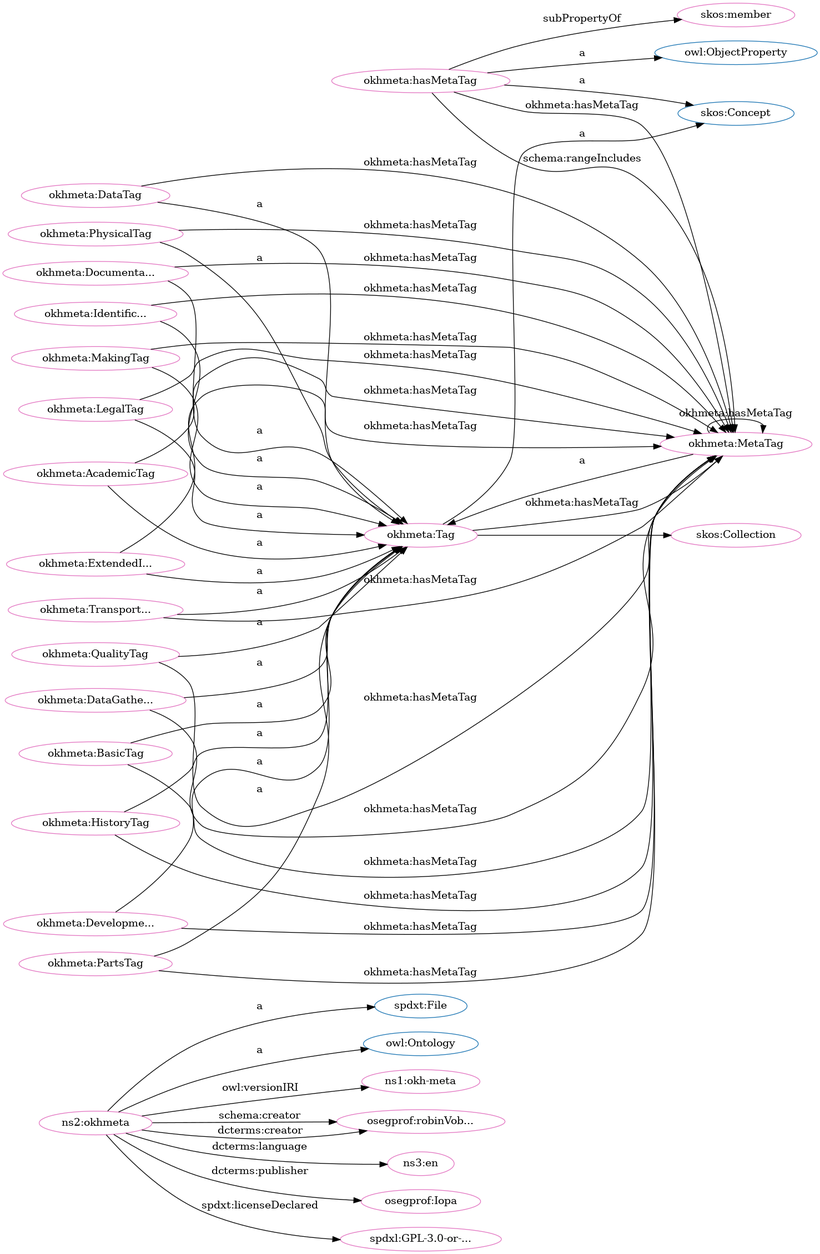
Before: src/spec/dot_okh-meta.png, a diagram exported from Graphviz (iop-alliance/OpenKnowHow). Its source is kept beside it as src/spec/dot_okh-meta.dot.
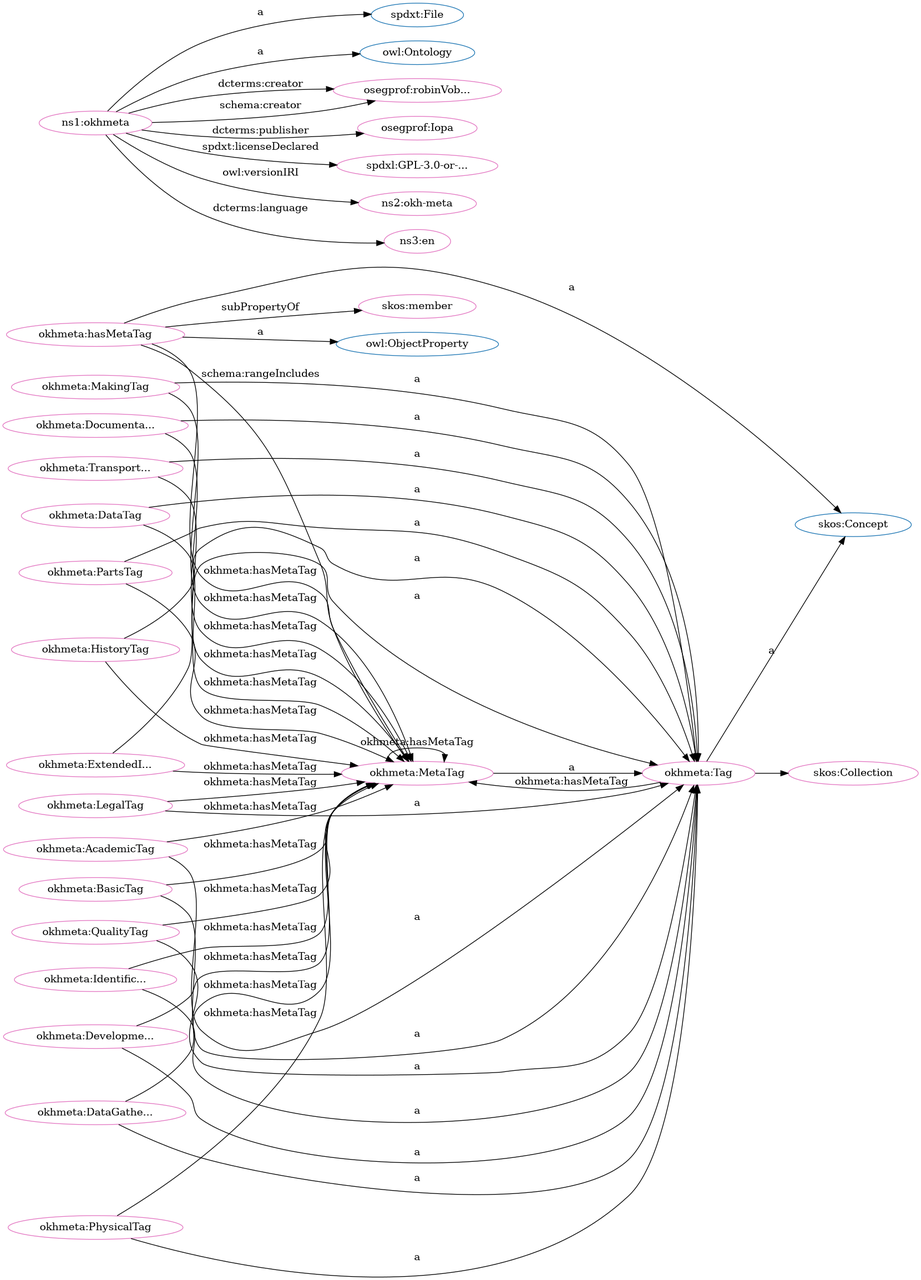
The same file after the commit.

Change to the diagram source:
```diff
@@ -1,85 +1,85 @@
 digraph G {
   rankdir=BT
   node[height=.3]
+"http://www.w3.org/2002/07/owl#ObjectProperty" [fillcolor="#1f77b4" color="#1f77b4" label="owl:ObjectProperty"]
 "http://spdx.org/rdf/terms#File" [fillcolor="#1f77b4" color="#1f77b4" label="spdxt:File"]
+"http://www.w3.org/2002/07/owl#Ontology" [fillcolor="#1f77b4" color="#1f77b4" label="owl:Ontology"]
+"https://w3id.org/oseg/ont/okhmeta#MetaTag" [fillcolor="#1f77b4" color="#1f77b4" label="okhmeta:MetaTag"]
+"http://www.w3.org/2004/02/skos/core#Collection" [fillcolor="#1f77b4" color="#1f77b4" label="skos:Collection"]
 "https://w3id.org/oseg/ont/okhmeta#Tag" [fillcolor="#1f77b4" color="#1f77b4" label="okhmeta:Tag"]
-"http://www.w3.org/2004/02/skos/core#Collection" [fillcolor="#1f77b4" color="#1f77b4" label="skos:Collection"]
 "http://www.w3.org/2004/02/skos/core#Concept" [fillcolor="#1f77b4" color="#1f77b4" label="skos:Concept"]
-"https://w3id.org/oseg/ont/okhmeta#MetaTag" [fillcolor="#1f77b4" color="#1f77b4" label="okhmeta:MetaTag"]
-"http://www.w3.org/2002/07/owl#ObjectProperty" [fillcolor="#1f77b4" color="#1f77b4" label="owl:ObjectProperty"]
-"http://www.w3.org/2002/07/owl#Ontology" [fillcolor="#1f77b4" color="#1f77b4" label="owl:Ontology"]
-"https://w3id.org/oseg/ont/okhmeta#MakingTag" [fillcolor="#e377c2" color="#e377c2" label="okhmeta:MakingTag"]
-"https://w3id.org/oseg/ont/okhmeta#HistoryTag" [fillcolor="#e377c2" color="#e377c2" label="okhmeta:HistoryTag"]
-"https://w3id.org/oseg/ont/okhmeta#DataTag" [fillcolor="#e377c2" color="#e377c2" label="okhmeta:DataTag"]
+"https://w3id.org/oseg/ont/okhmeta#LegalTag" [fillcolor="#e377c2" color="#e377c2" label="okhmeta:LegalTag"]
+"https://w3id.org/oseg/ont/oseg-profiles#robinVobruba" [fillcolor="#e377c2" color="#e377c2" label="osegprof:robinVob..."]
+"https://w3id.org/oseg/ont/okhmeta#MetaTag" [fillcolor="#e377c2" color="#e377c2" label="okhmeta:MetaTag"]
+"https://w3id.org/oseg/ont/okhmeta#hasMetaTag" [fillcolor="#e377c2" color="#e377c2" label="okhmeta:hasMetaTag"]
+"https://w3id.org/oseg/ont/okhmeta" [fillcolor="#e377c2" color="#e377c2" label="ns1:okhmeta"]
+"https://w3id.org/oseg/ont/okhmeta#PhysicalTag" [fillcolor="#e377c2" color="#e377c2" label="okhmeta:PhysicalTag"]
+"https://w3id.org/oseg/ont/okhmeta#PartsTag" [fillcolor="#e377c2" color="#e377c2" label="okhmeta:PartsTag"]
 "https://w3id.org/oseg/ont/okhmeta#QualityTag" [fillcolor="#e377c2" color="#e377c2" label="okhmeta:QualityTag"]
-"https://w3id.org/oseg/ont/okhmeta#MetaTag" [fillcolor="#e377c2" color="#e377c2" label="okhmeta:MetaTag"]
-"https://w3id.org/oseg/ont/1.1.0/okh-meta" [fillcolor="#e377c2" color="#e377c2" label="ns1:okh-meta"]
-"https://w3id.org/oseg/ont/oseg-profiles#robinVobruba" [fillcolor="#e377c2" color="#e377c2" label="osegprof:robinVob..."]
-"https://w3id.org/oseg/ont/okhmeta#BasicTag" [fillcolor="#e377c2" color="#e377c2" label="okhmeta:BasicTag"]
-"https://w3id.org/oseg/ont/okhmeta#PhysicalTag" [fillcolor="#e377c2" color="#e377c2" label="okhmeta:PhysicalTag"]
 "http://www.w3.org/2004/02/skos/core#Collection" [fillcolor="#e377c2" color="#e377c2" label="skos:Collection"]
 "https://w3id.org/oseg/ont/okhmeta#DocumentationTag" [fillcolor="#e377c2" color="#e377c2" label="okhmeta:Documenta..."]
+"http://www.w3.org/2004/02/skos/core#member" [fillcolor="#e377c2" color="#e377c2" label="skos:member"]
+"https://w3id.org/oseg/ont/oseg-profiles#Iopa" [fillcolor="#e377c2" color="#e377c2" label="osegprof:Iopa"]
+"https://w3id.org/oseg/ont/okhmeta#DataTag" [fillcolor="#e377c2" color="#e377c2" label="okhmeta:DataTag"]
+"https://w3id.org/oseg/ont/okhmeta#Tag" [fillcolor="#e377c2" color="#e377c2" label="okhmeta:Tag"]
+"https://spdx.org/licenses/GPL-3.0-or-later" [fillcolor="#e377c2" color="#e377c2" label="spdxl:GPL-3.0-or-..."]
+"https://w3id.org/oseg/ont/okhmeta#ExtendedInfoTag" [fillcolor="#e377c2" color="#e377c2" label="okhmeta:ExtendedI..."]
 "https://w3id.org/oseg/ont/okhmeta#TransportationTag" [fillcolor="#e377c2" color="#e377c2" label="okhmeta:Transport..."]
-"https://w3id.org/oseg/ont/okhmeta#PartsTag" [fillcolor="#e377c2" color="#e377c2" label="okhmeta:PartsTag"]
+"https://w3id.org/oseg/ont/okhmeta#DataGatheringTag" [fillcolor="#e377c2" color="#e377c2" label="okhmeta:DataGathe..."]
 "https://w3id.org/oseg/ont/okhmeta#AcademicTag" [fillcolor="#e377c2" color="#e377c2" label="okhmeta:AcademicTag"]
+"https://w3id.org/oseg/ont/1.1.0/okh-meta" [fillcolor="#e377c2" color="#e377c2" label="ns2:okh-meta"]
+"https://w3id.org/oseg/ont/okhmeta#MakingTag" [fillcolor="#e377c2" color="#e377c2" label="okhmeta:MakingTag"]
+"http://id.loc.gov/vocabulary/iso639-1/en" [fillcolor="#e377c2" color="#e377c2" label="ns3:en"]
+"https://w3id.org/oseg/ont/okhmeta#BasicTag" [fillcolor="#e377c2" color="#e377c2" label="okhmeta:BasicTag"]
+"https://w3id.org/oseg/ont/okhmeta#IdentificationTag" [fillcolor="#e377c2" color="#e377c2" label="okhmeta:Identific..."]
 "https://w3id.org/oseg/ont/okhmeta#DevelopmentTag" [fillcolor="#e377c2" color="#e377c2" label="okhmeta:Developme..."]
-"https://w3id.org/oseg/ont/okhmeta#ExtendedInfoTag" [fillcolor="#e377c2" color="#e377c2" label="okhmeta:ExtendedI..."]
-"https://w3id.org/oseg/ont/okhmeta#hasMetaTag" [fillcolor="#e377c2" color="#e377c2" label="okhmeta:hasMetaTag"]
-"https://w3id.org/oseg/ont/okhmeta" [fillcolor="#e377c2" color="#e377c2" label="ns2:okhmeta"]
-"http://www.w3.org/2004/02/skos/core#member" [fillcolor="#e377c2" color="#e377c2" label="skos:member"]
-"https://w3id.org/oseg/ont/okhmeta#DataGatheringTag" [fillcolor="#e377c2" color="#e377c2" label="okhmeta:DataGathe..."]
-"http://id.loc.gov/vocabulary/iso639-1/en" [fillcolor="#e377c2" color="#e377c2" label="ns3:en"]
-"https://w3id.org/oseg/ont/okhmeta#LegalTag" [fillcolor="#e377c2" color="#e377c2" label="okhmeta:LegalTag"]
-"https://w3id.org/oseg/ont/okhmeta#Tag" [fillcolor="#e377c2" color="#e377c2" label="okhmeta:Tag"]
-"https://w3id.org/oseg/ont/oseg-profiles#Iopa" [fillcolor="#e377c2" color="#e377c2" label="osegprof:Iopa"]
-"https://spdx.org/licenses/GPL-3.0-or-later" [fillcolor="#e377c2" color="#e377c2" label="spdxl:GPL-3.0-or-..."]
-"https://w3id.org/oseg/ont/okhmeta#IdentificationTag" [fillcolor="#e377c2" color="#e377c2" label="okhmeta:Identific..."]
-  "https://w3id.org/oseg/ont/okhmeta#MakingTag" -> "https://w3id.org/oseg/ont/okhmeta#Tag" [label="a"]
-  "https://w3id.org/oseg/ont/okhmeta#DataTag" -> "https://w3id.org/oseg/ont/okhmeta#Tag" [label="a"]
+"https://w3id.org/oseg/ont/okhmeta#HistoryTag" [fillcolor="#e377c2" color="#e377c2" label="okhmeta:HistoryTag"]
+  "https://w3id.org/oseg/ont/okhmeta#LegalTag" -> "https://w3id.org/oseg/ont/okhmeta#Tag" [label="a"]
+  "https://w3id.org/oseg/ont/okhmeta" -> "https://w3id.org/oseg/ont/oseg-profiles#robinVobruba" [label="dcterms:creator"]
+  "https://w3id.org/oseg/ont/okhmeta" -> "https://w3id.org/oseg/ont/oseg-profiles#robinVobruba" [label="schema:creator"]
+  "https://w3id.org/oseg/ont/okhmeta#hasMetaTag" -> "http://www.w3.org/2004/02/skos/core#Concept" [label="a"]
+  "https://w3id.org/oseg/ont/okhmeta#IdentificationTag" -> "https://w3id.org/oseg/ont/okhmeta#MetaTag" [label="okhmeta:hasMetaTag"]
   "https://w3id.org/oseg/ont/okhmeta#QualityTag" -> "https://w3id.org/oseg/ont/okhmeta#Tag" [label="a"]
-  "https://w3id.org/oseg/ont/okhmeta#BasicTag" -> "https://w3id.org/oseg/ont/okhmeta#Tag" [label="a"]
+  "https://w3id.org/oseg/ont/okhmeta#MetaTag" -> "https://w3id.org/oseg/ont/okhmeta#Tag" [label="a"]
+  "https://w3id.org/oseg/ont/okhmeta#Tag" -> "http://www.w3.org/2004/02/skos/core#Collection" [label=""]
+  "https://w3id.org/oseg/ont/okhmeta#hasMetaTag" -> "http://www.w3.org/2004/02/skos/core#member" [label="subPropertyOf"]
+  "https://w3id.org/oseg/ont/okhmeta" -> "http://www.w3.org/2002/07/owl#Ontology" [label="a"]
+  "https://w3id.org/oseg/ont/okhmeta#hasMetaTag" -> "https://w3id.org/oseg/ont/okhmeta#MetaTag" [label="schema:rangeIncludes"]
+  "https://w3id.org/oseg/ont/okhmeta" -> "https://w3id.org/oseg/ont/oseg-profiles#Iopa" [label="dcterms:publisher"]
+  "https://w3id.org/oseg/ont/okhmeta" -> "https://spdx.org/licenses/GPL-3.0-or-later" [label="spdxt:licenseDeclared"]
+  "https://w3id.org/oseg/ont/okhmeta#ExtendedInfoTag" -> "https://w3id.org/oseg/ont/okhmeta#Tag" [label="a"]
+  "https://w3id.org/oseg/ont/okhmeta#DevelopmentTag" -> "https://w3id.org/oseg/ont/okhmeta#MetaTag" [label="okhmeta:hasMetaTag"]
+  "https://w3id.org/oseg/ont/okhmeta#HistoryTag" -> "https://w3id.org/oseg/ont/okhmeta#MetaTag" [label="okhmeta:hasMetaTag"]
+  "https://w3id.org/oseg/ont/okhmeta#DataGatheringTag" -> "https://w3id.org/oseg/ont/okhmeta#Tag" [label="a"]
+  "https://w3id.org/oseg/ont/okhmeta#AcademicTag" -> "https://w3id.org/oseg/ont/okhmeta#Tag" [label="a"]
+  "https://w3id.org/oseg/ont/okhmeta#PhysicalTag" -> "https://w3id.org/oseg/ont/okhmeta#MetaTag" [label="okhmeta:hasMetaTag"]
+  "https://w3id.org/oseg/ont/okhmeta#AcademicTag" -> "https://w3id.org/oseg/ont/okhmeta#MetaTag" [label="okhmeta:hasMetaTag"]
+  "https://w3id.org/oseg/ont/okhmeta#DevelopmentTag" -> "https://w3id.org/oseg/ont/okhmeta#Tag" [label="a"]
+  "https://w3id.org/oseg/ont/okhmeta#HistoryTag" -> "https://w3id.org/oseg/ont/okhmeta#Tag" [label="a"]
+  "https://w3id.org/oseg/ont/okhmeta#DataGatheringTag" -> "https://w3id.org/oseg/ont/okhmeta#MetaTag" [label="okhmeta:hasMetaTag"]
+  "https://w3id.org/oseg/ont/okhmeta#hasMetaTag" -> "http://www.w3.org/2002/07/owl#ObjectProperty" [label="a"]
+  "https://w3id.org/oseg/ont/okhmeta" -> "http://spdx.org/rdf/terms#File" [label="a"]
   "https://w3id.org/oseg/ont/okhmeta#PhysicalTag" -> "https://w3id.org/oseg/ont/okhmeta#Tag" [label="a"]
-  "https://w3id.org/oseg/ont/okhmeta#Tag" -> "http://www.w3.org/2004/02/skos/core#Collection" [label=""]
+  "https://w3id.org/oseg/ont/okhmeta#PartsTag" -> "https://w3id.org/oseg/ont/okhmeta#Tag" [label="a"]
+  "https://w3id.org/oseg/ont/okhmeta#Tag" -> "https://w3id.org/oseg/ont/okhmeta#MetaTag" [label="okhmeta:hasMetaTag"]
   "https://w3id.org/oseg/ont/okhmeta#PartsTag" -> "https://w3id.org/oseg/ont/okhmeta#MetaTag" [label="okhmeta:hasMetaTag"]
-  "https://w3id.org/oseg/ont/okhmeta#AcademicTag" -> "https://w3id.org/oseg/ont/okhmeta#MetaTag" [label="okhmeta:hasMetaTag"]
-  "https://w3id.org/oseg/ont/okhmeta#hasMetaTag" -> "https://w3id.org/oseg/ont/okhmeta#MetaTag" [label="schema:rangeIncludes"]
-  "https://w3id.org/oseg/ont/okhmeta#PartsTag" -> "https://w3id.org/oseg/ont/okhmeta#Tag" [label="a"]
-  "https://w3id.org/oseg/ont/okhmeta#AcademicTag" -> "https://w3id.org/oseg/ont/okhmeta#Tag" [label="a"]
-  "https://w3id.org/oseg/ont/okhmeta#IdentificationTag" -> "https://w3id.org/oseg/ont/okhmeta#MetaTag" [label="okhmeta:hasMetaTag"]
-  "https://w3id.org/oseg/ont/okhmeta#ExtendedInfoTag" -> "https://w3id.org/oseg/ont/okhmeta#Tag" [label="a"]
-  "https://w3id.org/oseg/ont/okhmeta#MakingTag" -> "https://w3id.org/oseg/ont/okhmeta#MetaTag" [label="okhmeta:hasMetaTag"]
   "https://w3id.org/oseg/ont/okhmeta#QualityTag" -> "https://w3id.org/oseg/ont/okhmeta#MetaTag" [label="okhmeta:hasMetaTag"]
-  "https://w3id.org/oseg/ont/okhmeta#DataGatheringTag" -> "https://w3id.org/oseg/ont/okhmeta#MetaTag" [label="okhmeta:hasMetaTag"]
-  "https://w3id.org/oseg/ont/okhmeta#BasicTag" -> "https://w3id.org/oseg/ont/okhmeta#MetaTag" [label="okhmeta:hasMetaTag"]
-  "https://w3id.org/oseg/ont/okhmeta#hasMetaTag" -> "http://www.w3.org/2004/02/skos/core#member" [label="subPropertyOf"]
-  "https://w3id.org/oseg/ont/okhmeta#DataGatheringTag" -> "https://w3id.org/oseg/ont/okhmeta#Tag" [label="a"]
-  "https://w3id.org/oseg/ont/okhmeta#MetaTag" -> "https://w3id.org/oseg/ont/okhmeta#MetaTag" [label="okhmeta:hasMetaTag"]
-  "https://w3id.org/oseg/ont/okhmeta#Tag" -> "http://www.w3.org/2004/02/skos/core#Concept" [label="a"]
-  "https://w3id.org/oseg/ont/okhmeta#ExtendedInfoTag" -> "https://w3id.org/oseg/ont/okhmeta#MetaTag" [label="okhmeta:hasMetaTag"]
-  "https://w3id.org/oseg/ont/okhmeta" -> "http://spdx.org/rdf/terms#File" [label="a"]
-  "https://w3id.org/oseg/ont/okhmeta" -> "https://spdx.org/licenses/GPL-3.0-or-later" [label="spdxt:licenseDeclared"]
-  "https://w3id.org/oseg/ont/okhmeta#hasMetaTag" -> "http://www.w3.org/2002/07/owl#ObjectProperty" [label="a"]
-  "https://w3id.org/oseg/ont/okhmeta#HistoryTag" -> "https://w3id.org/oseg/ont/okhmeta#Tag" [label="a"]
-  "https://w3id.org/oseg/ont/okhmeta#DocumentationTag" -> "https://w3id.org/oseg/ont/okhmeta#MetaTag" [label="okhmeta:hasMetaTag"]
-  "https://w3id.org/oseg/ont/okhmeta" -> "https://w3id.org/oseg/ont/1.1.0/okh-meta" [label="owl:versionIRI"]
-  "https://w3id.org/oseg/ont/okhmeta" -> "https://w3id.org/oseg/ont/oseg-profiles#robinVobruba" [label="schema:creator"]
-  "https://w3id.org/oseg/ont/okhmeta#Tag" -> "https://w3id.org/oseg/ont/okhmeta#MetaTag" [label="okhmeta:hasMetaTag"]
   "https://w3id.org/oseg/ont/okhmeta#TransportationTag" -> "https://w3id.org/oseg/ont/okhmeta#MetaTag" [label="okhmeta:hasMetaTag"]
   "https://w3id.org/oseg/ont/okhmeta#DocumentationTag" -> "https://w3id.org/oseg/ont/okhmeta#Tag" [label="a"]
-  "https://w3id.org/oseg/ont/okhmeta#DevelopmentTag" -> "https://w3id.org/oseg/ont/okhmeta#MetaTag" [label="okhmeta:hasMetaTag"]
-  "https://w3id.org/oseg/ont/okhmeta#MetaTag" -> "https://w3id.org/oseg/ont/okhmeta#Tag" [label="a"]
+  "https://w3id.org/oseg/ont/okhmeta#DocumentationTag" -> "https://w3id.org/oseg/ont/okhmeta#MetaTag" [label="okhmeta:hasMetaTag"]
+  "https://w3id.org/oseg/ont/okhmeta#BasicTag" -> "https://w3id.org/oseg/ont/okhmeta#MetaTag" [label="okhmeta:hasMetaTag"]
+  "https://w3id.org/oseg/ont/okhmeta#DataTag" -> "https://w3id.org/oseg/ont/okhmeta#Tag" [label="a"]
+  "https://w3id.org/oseg/ont/okhmeta#Tag" -> "http://www.w3.org/2004/02/skos/core#Concept" [label="a"]
+  "https://w3id.org/oseg/ont/okhmeta#LegalTag" -> "https://w3id.org/oseg/ont/okhmeta#MetaTag" [label="okhmeta:hasMetaTag"]
   "https://w3id.org/oseg/ont/okhmeta#TransportationTag" -> "https://w3id.org/oseg/ont/okhmeta#Tag" [label="a"]
+  "https://w3id.org/oseg/ont/okhmeta#DataTag" -> "https://w3id.org/oseg/ont/okhmeta#MetaTag" [label="okhmeta:hasMetaTag"]
   "https://w3id.org/oseg/ont/okhmeta#hasMetaTag" -> "https://w3id.org/oseg/ont/okhmeta#MetaTag" [label="okhmeta:hasMetaTag"]
-  "https://w3id.org/oseg/ont/okhmeta#DevelopmentTag" -> "https://w3id.org/oseg/ont/okhmeta#Tag" [label="a"]
-  "https://w3id.org/oseg/ont/okhmeta#hasMetaTag" -> "http://www.w3.org/2004/02/skos/core#Concept" [label="a"]
-  "https://w3id.org/oseg/ont/okhmeta#LegalTag" -> "https://w3id.org/oseg/ont/okhmeta#MetaTag" [label="okhmeta:hasMetaTag"]
-  "https://w3id.org/oseg/ont/okhmeta" -> "http://www.w3.org/2002/07/owl#Ontology" [label="a"]
-  "https://w3id.org/oseg/ont/okhmeta#HistoryTag" -> "https://w3id.org/oseg/ont/okhmeta#MetaTag" [label="okhmeta:hasMetaTag"]
-  "https://w3id.org/oseg/ont/okhmeta#PhysicalTag" -> "https://w3id.org/oseg/ont/okhmeta#MetaTag" [label="okhmeta:hasMetaTag"]
-  "https://w3id.org/oseg/ont/okhmeta" -> "https://w3id.org/oseg/ont/oseg-profiles#robinVobruba" [label="dcterms:creator"]
+  "https://w3id.org/oseg/ont/okhmeta#ExtendedInfoTag" -> "https://w3id.org/oseg/ont/okhmeta#MetaTag" [label="okhmeta:hasMetaTag"]
+  "https://w3id.org/oseg/ont/okhmeta" -> "https://w3id.org/oseg/ont/1.1.0/okh-meta" [label="owl:versionIRI"]
+  "https://w3id.org/oseg/ont/okhmeta#MakingTag" -> "https://w3id.org/oseg/ont/okhmeta#Tag" [label="a"]
   "https://w3id.org/oseg/ont/okhmeta" -> "http://id.loc.gov/vocabulary/iso639-1/en" [label="dcterms:language"]
-  "https://w3id.org/oseg/ont/okhmeta#LegalTag" -> "https://w3id.org/oseg/ont/okhmeta#Tag" [label="a"]
-  "https://w3id.org/oseg/ont/okhmeta" -> "https://w3id.org/oseg/ont/oseg-profiles#Iopa" [label="dcterms:publisher"]
-  "https://w3id.org/oseg/ont/okhmeta#DataTag" -> "https://w3id.org/oseg/ont/okhmeta#MetaTag" [label="okhmeta:hasMetaTag"]
+  "https://w3id.org/oseg/ont/okhmeta#BasicTag" -> "https://w3id.org/oseg/ont/okhmeta#Tag" [label="a"]
   "https://w3id.org/oseg/ont/okhmeta#IdentificationTag" -> "https://w3id.org/oseg/ont/okhmeta#Tag" [label="a"]
+  "https://w3id.org/oseg/ont/okhmeta#MetaTag" -> "https://w3id.org/oseg/ont/okhmeta#MetaTag" [label="okhmeta:hasMetaTag"]
+  "https://w3id.org/oseg/ont/okhmeta#MakingTag" -> "https://w3id.org/oseg/ont/okhmeta#MetaTag" [label="okhmeta:hasMetaTag"]
 }
```
